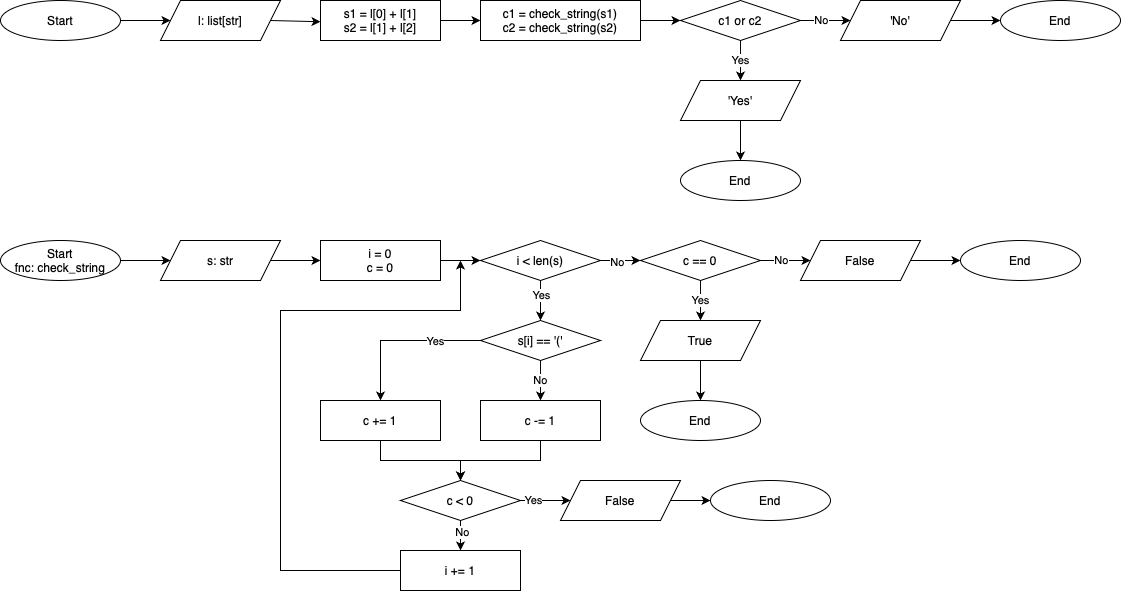
Earlier version of the draw.io export data/human_eval/p119/fc/l3.drawio.png (carlodenardin/svlm). Source tidied: cells renumbered, new cells last; positions are measured from the earlier drawing's top-left corner, leaving out a move shared by most shapes.
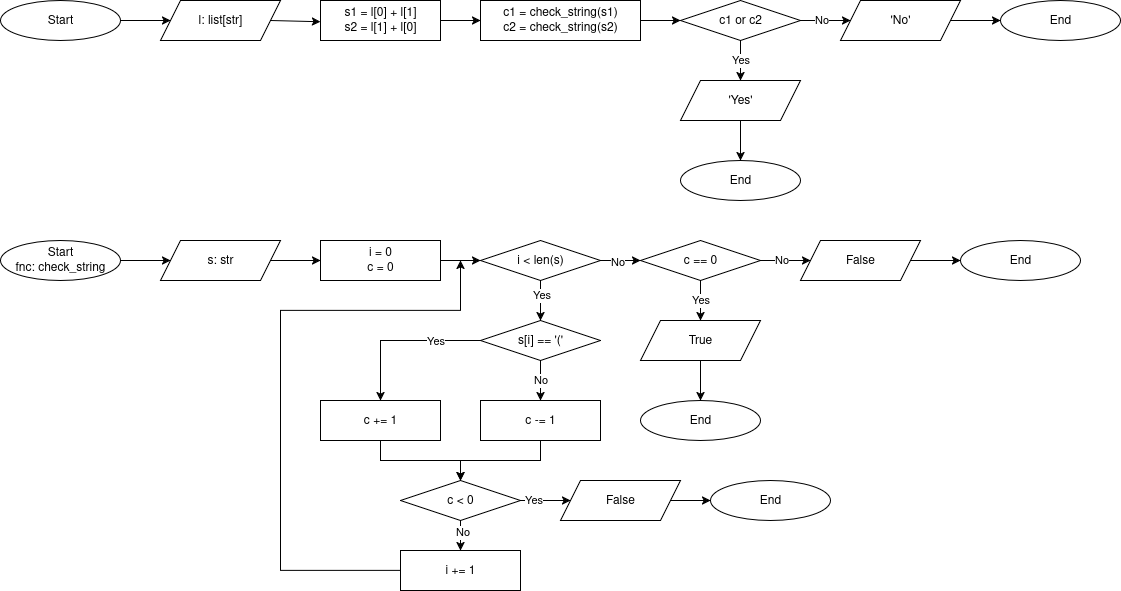
After the change.

The edit, as a diff of the source:
```diff
@@ -2,11 +2,21 @@
   <root>
     <mxCell id="0" />
     <mxCell id="1" parent="0" />
-    <mxCell id="2" style="edgeStyle=orthogonalEdgeStyle;rounded=0;orthogonalLoop=1;jettySize=auto;html=1;" parent="1" edge="1">
-      <mxGeometry relative="1" as="geometry">
-        <mxPoint x="360" as="targetPoint" />
-      </mxGeometry>
-    </mxCell>
+    <mxCell id="60" style="edgeStyle=orthogonalEdgeStyle;rounded=0;orthogonalLoop=1;jettySize=auto;html=1;" parent="1" edge="1">
+      <mxGeometry relative="1" as="geometry">
+        <mxPoint x="360" as="targetPoint" />
+      </mxGeometry>
+    </mxCell>
+    <mxCell id="61" style="edgeStyle=orthogonalEdgeStyle;rounded=0;orthogonalLoop=1;jettySize=auto;html=1;" parent="1" edge="1">
+      <mxGeometry relative="1" as="geometry">
+        <mxPoint x="360" as="targetPoint" />
+      </mxGeometry>
+    </mxCell>
+    <mxCell id="62" style="edgeStyle=orthogonalEdgeStyle;rounded=0;orthogonalLoop=1;jettySize=auto;html=1;" parent="1" edge="1">
+      <mxGeometry relative="1" as="geometry">
+        <mxPoint x="360" as="targetPoint" />
+      </mxGeometry>
+    </mxCell>
     <mxCell id="3" value="Start" style="ellipse;whiteSpace=wrap;html=1;" parent="1" vertex="1">
       <mxGeometry y="90" width="120" height="40" as="geometry" />
     </mxCell>
@@ -28,19 +38,19 @@
     <mxCell id="9" style="endArrow=classic;html=1;rounded=0;exitX=1;exitY=0.5;exitDx=0;exitDy=0;entryX=0;entryY=0.5;entryDx=0;entryDy=0;" parent="1" edge="1" source="3" target="4">
       <mxGeometry relative="1" as="geometry" />
     </mxCell>
-    <mxCell id="10" style="endArrow=classic;html=1;rounded=0;exitX=1;exitY=0.5;exitDx=0;exitDy=0;entryX=0;entryY=0.5;entryDx=0;entryDy=0;" parent="1" edge="1" source="4">
-      <mxGeometry relative="1" as="geometry">
-        <mxPoint x="320" y="111.2" as="targetPoint" />
-      </mxGeometry>
-    </mxCell>
+    <mxCell id="63" style="endArrow=classic;html=1;rounded=0;exitX=1;exitY=0.5;exitDx=0;exitDy=0;entryX=0;entryY=0.5;entryDx=0;entryDy=0;" parent="1" edge="1" source="4">
+      <mxGeometry relative="1" as="geometry">
+        <mxPoint x="320" y="111.2" as="targetPoint" />
+      </mxGeometry>
+    </mxCell>
     <mxCell id="11" style="endArrow=classic;html=1;rounded=0;exitX=1;exitY=0.5;exitDx=0;exitDy=0;entryX=0;entryY=0.5;entryDx=0;entryDy=0;" parent="1" edge="1" source="18" target="5">
       <mxGeometry relative="1" as="geometry" />
     </mxCell>
-    <mxCell id="12" value="No" style="edgeLabel;html=1;align=center;verticalAlign=middle;" parent="11" vertex="1">
-      <mxGeometry x="0.03" y="1" relative="1" as="geometry">
-        <mxPoint x="-6" as="offset" />
-      </mxGeometry>
-    </mxCell>
+    <mxCell id="64" value="No" style="edgeLabel;html=1;align=center;verticalAlign=middle;" parent="11" vertex="1">
+      <mxGeometry x="0.03" y="1" relative="1" as="geometry">
+        <mxPoint x="-6" as="offset" />
+      </mxGeometry>
+    </mxCell>
     <mxCell id="13" value="Yes" style="endArrow=classic;html=1;rounded=0;exitX=0.5;exitY=1;exitDx=0;exitDy=0;entryX=0.5;entryY=0;entryDx=0;entryDy=0;" parent="1" edge="1" source="18" target="7">
       <mxGeometry relative="1" as="geometry" />
     </mxCell>
@@ -53,18 +63,18 @@
     <mxCell id="16" value="c1 = check_string(s1)&lt;div&gt;c2 = check_string(s2)&lt;/div&gt;" style="rounded=0;whiteSpace=wrap;html=1;" parent="1" vertex="1">
       <mxGeometry x="480" y="90" width="160" height="40" as="geometry" />
     </mxCell>
-    <mxCell id="17" value="s1 = l[0] + l[1]&lt;div&gt;s2 = l[1] + l[2]&lt;/div&gt;" style="rounded=0;whiteSpace=wrap;html=1;" parent="1" vertex="1">
-      <mxGeometry x="320" y="90" width="120" height="40" as="geometry" />
-    </mxCell>
+    <mxCell id="65" value="s1 = l[0] + l[1]&lt;div&gt;s2 = l[1] + l[0]&lt;/div&gt;" style="rounded=0;whiteSpace=wrap;html=1;" parent="1" vertex="1">
+      <mxGeometry x="320" y="90" width="120" height="40" as="geometry" />
+    </mxCell>
     <mxCell id="18" value="c1 or c2" style="rhombus;whiteSpace=wrap;html=1;" parent="1" vertex="1">
       <mxGeometry x="680" y="90" width="120" height="40" as="geometry" />
     </mxCell>
     <mxCell id="19" style="endArrow=classic;html=1;rounded=0;entryX=0;entryY=0.5;entryDx=0;entryDy=0;exitX=1;exitY=0.5;exitDx=0;exitDy=0;" parent="1" edge="1" source="16" target="18">
       <mxGeometry relative="1" as="geometry" />
     </mxCell>
-    <mxCell id="20" style="endArrow=classic;html=1;rounded=0;exitX=1;exitY=0.5;exitDx=0;exitDy=0;entryX=0;entryY=0.5;entryDx=0;entryDy=0;" parent="1" edge="1" source="17" target="16">
-      <mxGeometry relative="1" as="geometry" />
-    </mxCell>
+    <mxCell id="66" style="endArrow=classic;html=1;rounded=0;exitX=1;exitY=0.5;exitDx=0;exitDy=0;entryX=0;entryY=0.5;entryDx=0;entryDy=0;" parent="1" edge="1" source="65" target="16">
+      <mxGeometry relative="1" as="geometry" />
+    </mxCell>
     <mxCell id="21" value="Start&lt;div&gt;fnc: check_string&lt;/div&gt;" style="ellipse;whiteSpace=wrap;html=1;" parent="1" vertex="1">
       <mxGeometry y="330" width="120" height="40" as="geometry" />
     </mxCell>
@@ -92,11 +102,11 @@
     <mxCell id="29" style="endArrow=classic;html=1;rounded=0;exitX=1;exitY=0.5;exitDx=0;exitDy=0;entryX=0;entryY=0.5;entryDx=0;entryDy=0;" parent="1" edge="1" source="34" target="25">
       <mxGeometry relative="1" as="geometry" />
     </mxCell>
-    <mxCell id="30" value="No" style="edgeLabel;html=1;align=center;verticalAlign=middle;" parent="29" vertex="1">
-      <mxGeometry x="0.03" y="1" relative="1" as="geometry">
-        <mxPoint x="-6" as="offset" />
-      </mxGeometry>
-    </mxCell>
+    <mxCell id="67" value="No" style="edgeLabel;html=1;align=center;verticalAlign=middle;" parent="29" vertex="1">
+      <mxGeometry x="0.03" y="1" relative="1" as="geometry">
+        <mxPoint x="-6" as="offset" />
+      </mxGeometry>
+    </mxCell>
     <mxCell id="31" value="Yes" style="endArrow=classic;html=1;rounded=0;exitX=0.5;exitY=1;exitDx=0;exitDy=0;entryX=0.5;entryY=0;entryDx=0;entryDy=0;" parent="1" edge="1" source="34" target="27">
       <mxGeometry relative="1" as="geometry" />
     </mxCell>
@@ -112,19 +122,19 @@
     <mxCell id="35" style="endArrow=classic;html=1;rounded=0;entryX=0;entryY=0.5;entryDx=0;entryDy=0;exitX=1;exitY=0.5;exitDx=0;exitDy=0;" parent="1" edge="1" source="24" target="34">
       <mxGeometry relative="1" as="geometry" />
     </mxCell>
-    <mxCell id="36" value="No" style="edgeLabel;html=1;align=center;verticalAlign=middle;" parent="35" vertex="1">
-      <mxGeometry x="-0.2" y="-1" relative="1" as="geometry" />
-    </mxCell>
-    <mxCell id="37" style="endArrow=classic;html=1;rounded=0;exitX=1;exitY=0.5;exitDx=0;exitDy=0;" parent="1" edge="1" source="23">
-      <mxGeometry relative="1" as="geometry">
-        <mxPoint x="480" y="350" as="targetPoint" />
-      </mxGeometry>
-    </mxCell>
-    <mxCell id="38" style="endArrow=classic;html=1;rounded=0;exitX=1;exitY=0.5;exitDx=0;exitDy=0;" parent="1" edge="1" source="22">
-      <mxGeometry relative="1" as="geometry">
-        <mxPoint x="320" y="350" as="targetPoint" />
-      </mxGeometry>
-    </mxCell>
+    <mxCell id="68" value="No" style="edgeLabel;html=1;align=center;verticalAlign=middle;" parent="35" vertex="1">
+      <mxGeometry x="-0.2" y="-1" relative="1" as="geometry" />
+    </mxCell>
+    <mxCell id="69" style="endArrow=classic;html=1;rounded=0;exitX=1;exitY=0.5;exitDx=0;exitDy=0;" parent="1" edge="1" source="23">
+      <mxGeometry relative="1" as="geometry">
+        <mxPoint x="480" y="350" as="targetPoint" />
+      </mxGeometry>
+    </mxCell>
+    <mxCell id="70" style="endArrow=classic;html=1;rounded=0;exitX=1;exitY=0.5;exitDx=0;exitDy=0;" parent="1" edge="1" source="22">
+      <mxGeometry relative="1" as="geometry">
+        <mxPoint x="320" y="350" as="targetPoint" />
+      </mxGeometry>
+    </mxCell>
     <mxCell id="39" style="endArrow=classic;html=1;rounded=0;exitX=1;exitY=0.5;exitDx=0;exitDy=0;entryX=0;entryY=0.5;entryDx=0;entryDy=0;" parent="1" edge="1" source="21" target="22">
       <mxGeometry relative="1" as="geometry" />
     </mxCell>
@@ -134,11 +144,11 @@
     <mxCell id="41" style="endArrow=classic;html=1;rounded=0;exitX=0.5;exitY=1;exitDx=0;exitDy=0;entryX=0.5;entryY=0;entryDx=0;entryDy=0;" parent="1" edge="1" source="24" target="40">
       <mxGeometry relative="1" as="geometry" />
     </mxCell>
-    <mxCell id="42" value="Yes" style="edgeLabel;html=1;align=center;verticalAlign=middle;" parent="41" vertex="1">
-      <mxGeometry x="-0.45" y="2" relative="1" as="geometry">
-        <mxPoint x="-2" y="3" as="offset" />
-      </mxGeometry>
-    </mxCell>
+    <mxCell id="71" value="Yes" style="edgeLabel;html=1;align=center;verticalAlign=middle;" parent="41" vertex="1">
+      <mxGeometry x="-0.45" y="2" relative="1" as="geometry">
+        <mxPoint x="-2" y="3" as="offset" />
+      </mxGeometry>
+    </mxCell>
     <mxCell id="43" value="c -= 1" style="rounded=0;whiteSpace=wrap;html=1;" parent="1" vertex="1">
       <mxGeometry x="480" y="490" width="120" height="40" as="geometry" />
     </mxCell>
@@ -155,26 +165,26 @@
         </Array>
       </mxGeometry>
     </mxCell>
-    <mxCell id="47" value="Yes" style="edgeLabel;html=1;align=center;verticalAlign=middle;" parent="46" vertex="1">
-      <mxGeometry x="-0.45" y="2" relative="1" as="geometry">
-        <mxPoint x="-2" y="-2" as="offset" />
-      </mxGeometry>
-    </mxCell>
+    <mxCell id="72" value="Yes" style="edgeLabel;html=1;align=center;verticalAlign=middle;" parent="46" vertex="1">
+      <mxGeometry x="-0.45" y="2" relative="1" as="geometry">
+        <mxPoint x="-2" y="-2" as="offset" />
+      </mxGeometry>
+    </mxCell>
     <mxCell id="48" value="No" style="endArrow=classic;html=1;rounded=0;exitX=0.5;exitY=1;exitDx=0;exitDy=0;" parent="1" edge="1" source="40">
       <mxGeometry relative="1" as="geometry">
         <mxPoint x="540" y="490" as="targetPoint" />
       </mxGeometry>
     </mxCell>
-    <mxCell id="49" style="endArrow=classic;html=1;rounded=0;exitX=0;exitY=0.5;exitDx=0;exitDy=0;" parent="1" edge="1" source="45">
-      <mxGeometry relative="1" as="geometry">
-        <mxPoint x="460" y="350" as="targetPoint" />
-        <Array as="points">
-          <mxPoint x="280" y="660" />
-          <mxPoint x="280" y="400" />
-          <mxPoint x="460" y="400" />
-        </Array>
-      </mxGeometry>
-    </mxCell>
+    <mxCell id="73" style="endArrow=classic;html=1;rounded=0;exitX=0;exitY=0.5;exitDx=0;exitDy=0;" parent="1" edge="1" source="45">
+      <mxGeometry relative="1" as="geometry">
+        <mxPoint x="460" y="350" as="targetPoint" />
+        <Array as="points">
+          <mxPoint x="280" y="660" />
+          <mxPoint x="280" y="400" />
+          <mxPoint x="460" y="400" />
+        </Array>
+      </mxGeometry>
+    </mxCell>
     <mxCell id="50" style="endArrow=classic;html=1;rounded=0;exitX=0.5;exitY=1;exitDx=0;exitDy=0;entryX=0.5;entryY=0;entryDx=0;entryDy=0;" parent="1" edge="1" source="43" target="56">
       <mxGeometry relative="1" as="geometry">
         <Array as="points">
@@ -194,15 +204,15 @@
     <mxCell id="52" style="edgeStyle=orthogonalEdgeStyle;rounded=0;jettySize=auto;html=1;exitX=1;exitY=0.5;exitDx=0;exitDy=0;entryX=0;entryY=0.5;entryDx=0;entryDy=0;" parent="1" edge="1" source="56" target="58">
       <mxGeometry relative="1" as="geometry" />
     </mxCell>
-    <mxCell id="53" value="Yes" style="edgeLabel;html=1;align=center;verticalAlign=middle;" parent="52" vertex="1">
-      <mxGeometry x="-0.51" y="1" relative="1" as="geometry" />
-    </mxCell>
+    <mxCell id="74" value="Yes" style="edgeLabel;html=1;align=center;verticalAlign=middle;" parent="52" vertex="1">
+      <mxGeometry x="-0.51" y="1" relative="1" as="geometry" />
+    </mxCell>
     <mxCell id="54" style="edgeStyle=orthogonalEdgeStyle;rounded=0;jettySize=auto;html=1;exitX=0.5;exitY=1;exitDx=0;exitDy=0;entryX=0.5;entryY=0;entryDx=0;entryDy=0;" parent="1" edge="1" source="56" target="45">
       <mxGeometry relative="1" as="geometry" />
     </mxCell>
-    <mxCell id="55" value="No" style="edgeLabel;html=1;align=center;verticalAlign=middle;" parent="54" vertex="1">
-      <mxGeometry x="-0.26" y="1" relative="1" as="geometry" />
-    </mxCell>
+    <mxCell id="75" value="No" style="edgeLabel;html=1;align=center;verticalAlign=middle;" parent="54" vertex="1">
+      <mxGeometry x="-0.26" y="1" relative="1" as="geometry" />
+    </mxCell>
     <mxCell id="56" value="c &amp;lt; 0" style="rhombus;whiteSpace=wrap;html=1;" parent="1" vertex="1">
       <mxGeometry x="400" y="570" width="120" height="40" as="geometry" />
     </mxCell>
```
